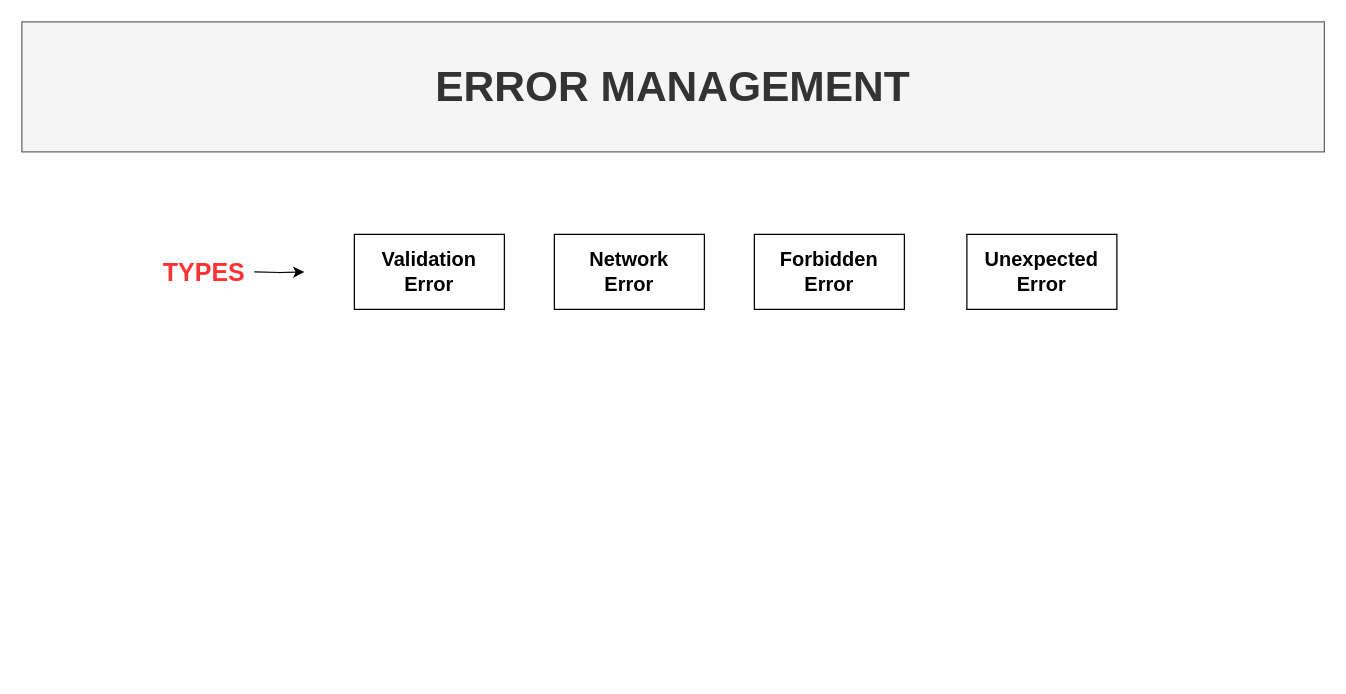
Above: page "Errors" (12 of 12) of JobPlus/Untitled Diagram.drawio in kingsley-ijomah/draw.io (draw.io), before the change. Source tidied: cells renumbered, new cells numbered last; positions are measured from the earlier drawing's top-left corner, leaving out a move shared by most shapes. Both pictures are drawn from the tidied source at 125%, with x=0, y=0 at pixel (21, 21).
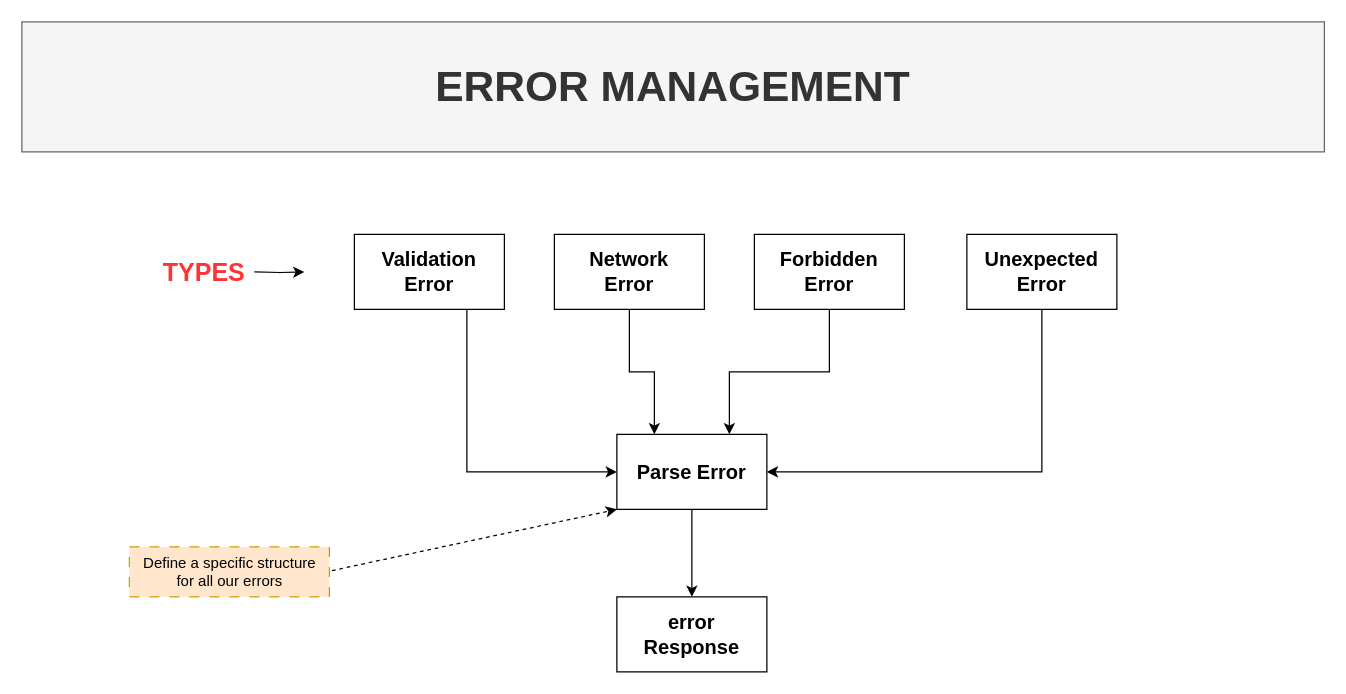
The same page after the edit.

The edit, as a diff of the source:
```diff
@@
 <mxGraphModel>
   <root>
     <mxCell id="0" />
     <mxCell id="1" parent="0" />
     <mxCell id="2" value="ERROR MANAGEMENT" style="text;html=1;strokeColor=#666666;fillColor=#f5f5f5;align=center;verticalAlign=middle;whiteSpace=wrap;rounded=0;labelBackgroundColor=none;labelBorderColor=none;fontSize=34;fontStyle=1;fontColor=#333333;" parent="1" vertex="1">
       <mxGeometry width="1042" height="104" as="geometry" />
     </mxCell>
+    <mxCell id="9" style="edgeStyle=orthogonalEdgeStyle;rounded=0;jettySize=auto;html=1;entryX=0;entryY=0.5;entryDx=0;entryDy=0;exitX=0.75;exitY=1;exitDx=0;exitDy=0;" parent="1" edge="1" source="3" target="14">
+      <mxGeometry relative="1" as="geometry" />
+    </mxCell>
     <mxCell id="3" value="&lt;b style=&quot;font-size: 16px;&quot;&gt;Validation&lt;br&gt;Error&lt;/b&gt;" style="rounded=0;whiteSpace=wrap;html=1;" parent="1" vertex="1">
       <mxGeometry x="266" y="170" width="120" height="60" as="geometry" />
     </mxCell>
+    <mxCell id="10" style="edgeStyle=orthogonalEdgeStyle;rounded=0;jettySize=auto;html=1;entryX=0.25;entryY=0;entryDx=0;entryDy=0;" parent="1" edge="1" source="4" target="14">
+      <mxGeometry relative="1" as="geometry" />
+    </mxCell>
     <mxCell id="4" value="&lt;b style=&quot;font-size: 16px;&quot;&gt;Network&lt;br&gt;Error&lt;/b&gt;" style="rounded=0;whiteSpace=wrap;html=1;" parent="1" vertex="1">
       <mxGeometry x="426" y="170" width="120" height="60" as="geometry" />
     </mxCell>
+    <mxCell id="11" style="edgeStyle=orthogonalEdgeStyle;rounded=0;jettySize=auto;html=1;entryX=0.75;entryY=0;entryDx=0;entryDy=0;" parent="1" edge="1" source="5" target="14">
+      <mxGeometry relative="1" as="geometry" />
+    </mxCell>
     <mxCell id="5" value="&lt;b style=&quot;font-size: 16px;&quot;&gt;Forbidden&lt;br&gt;Error&lt;/b&gt;" style="rounded=0;whiteSpace=wrap;html=1;" parent="1" vertex="1">
       <mxGeometry x="586" y="170" width="120" height="60" as="geometry" />
     </mxCell>
+    <mxCell id="12" style="edgeStyle=orthogonalEdgeStyle;rounded=0;jettySize=auto;html=1;entryX=1;entryY=0.5;entryDx=0;entryDy=0;exitX=0.5;exitY=1;exitDx=0;exitDy=0;" parent="1" edge="1" source="6" target="14">
+      <mxGeometry relative="1" as="geometry" />
+    </mxCell>
     <mxCell id="6" value="&lt;b style=&quot;font-size: 16px;&quot;&gt;Unexpected&lt;br&gt;Error&lt;/b&gt;" style="rounded=0;whiteSpace=wrap;html=1;" parent="1" vertex="1">
       <mxGeometry x="756" y="170" width="120" height="60" as="geometry" />
     </mxCell>
     <mxCell id="7" style="edgeStyle=orthogonalEdgeStyle;rounded=0;orthogonalLoop=1;jettySize=auto;html=1;" parent="1" edge="1">
       <mxGeometry relative="1" as="geometry">
         <mxPoint x="186" y="200" as="sourcePoint" />
         <mxPoint x="226" y="200" as="targetPoint" />
       </mxGeometry>
     </mxCell>
     <mxCell id="8" value="TYPES" style="text;html=1;strokeColor=none;fillColor=none;align=center;verticalAlign=middle;whiteSpace=wrap;rounded=0;fontColor=#FF3333;fontStyle=1;fontSize=20;" parent="1" vertex="1">
       <mxGeometry x="116" y="185" width="60" height="30" as="geometry" />
     </mxCell>
+    <mxCell id="13" style="edgeStyle=orthogonalEdgeStyle;rounded=0;jettySize=auto;html=1;entryX=0.5;entryY=0;entryDx=0;entryDy=0;" parent="1" edge="1" source="14" target="15">
+      <mxGeometry relative="1" as="geometry" />
+    </mxCell>
+    <mxCell id="14" value="&lt;span style=&quot;font-size: 16px;&quot;&gt;&lt;b&gt;Parse Error&lt;/b&gt;&lt;/span&gt;" style="rounded=0;whiteSpace=wrap;html=1;" parent="1" vertex="1">
+      <mxGeometry x="476" y="330" width="120" height="60" as="geometry" />
+    </mxCell>
+    <mxCell id="15" value="&lt;span style=&quot;font-size: 16px;&quot;&gt;&lt;b&gt;error Response&lt;/b&gt;&lt;/span&gt;" style="rounded=0;whiteSpace=wrap;html=1;" parent="1" vertex="1">
+      <mxGeometry x="476" y="460" width="120" height="60" as="geometry" />
+    </mxCell>
+    <mxCell id="16" value="Define a specific structure &lt;br&gt;for all our errors" style="text;html=1;align=center;verticalAlign=middle;points=[];strokeColor=#d79b00;fillColor=#ffe6cc;dashed=1;dashPattern=8 8;" parent="1" vertex="1">
+      <mxGeometry x="86" y="420" width="160" height="40" as="geometry" />
+    </mxCell>
+    <mxCell id="17" style="endArrow=classic;html=1;rounded=0;entryX=0;entryY=1;entryDx=0;entryDy=0;exitX=1.013;exitY=0.475;exitDx=0;exitDy=0;exitPerimeter=0;dashed=1;" parent="1" edge="1" source="16" target="14">
+      <mxGeometry relative="1" as="geometry" />
+    </mxCell>
   </root>
 </mxGraphModel>
```
